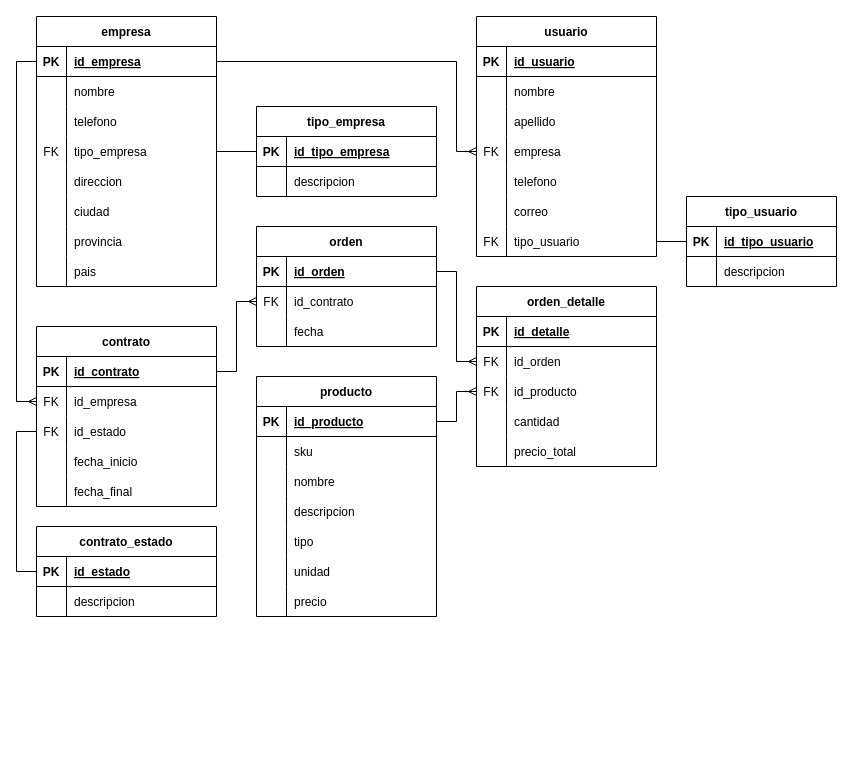
Earlier version of the draw.io diagram scg_main_db.drawio (ismgonza/scg). Source tidied: cells renumbered, new cells numbered last; positions are measured from the earlier drawing's top-left corner, leaving out a move shared by most shapes. Both pictures are drawn from the tidied source at 100%, with x=0, y=0 at pixel (36, 16).
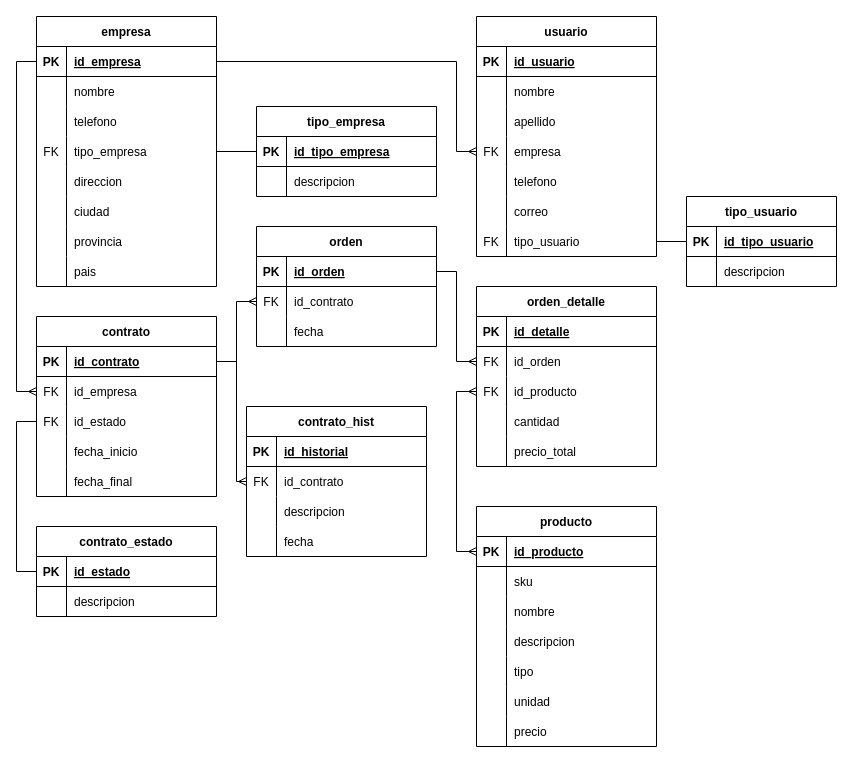
Above is the later version.

Commit message:
added historial_contrato

Unchanged cells that the change refers to:
```xml
<mxCell id="66" style="shape=tableRow;horizontal=0;startSize=0;swimlaneHead=0;swimlaneBody=0;fillColor=none;points=[[0,0.5],[1,0.5]];portConstraint=eastwest;top=0;left=0;right=0;bottom=1;" parent="65" vertex="1">
  <mxGeometry y="30" width="180" height="30" as="geometry" />
</mxCell>
<mxCell id="88" style="shape=tableRow;horizontal=0;startSize=0;swimlaneHead=0;swimlaneBody=0;fillColor=none;points=[[0,0.5],[1,0.5]];portConstraint=eastwest;top=0;left=0;right=0;bottom=1;" parent="87" vertex="1">
  <mxGeometry y="30" width="180" height="30" as="geometry" />
</mxCell>
<mxCell id="94" style="shape=tableRow;horizontal=0;startSize=0;swimlaneHead=0;swimlaneBody=0;fillColor=none;points=[[0,0.5],[1,0.5]];portConstraint=eastwest;top=0;left=0;right=0;bottom=0;" parent="87" vertex="1">
  <mxGeometry y="90" width="180" height="30" as="geometry" />
</mxCell>
<mxCell id="110" style="shape=tableRow;horizontal=0;startSize=0;swimlaneHead=0;swimlaneBody=0;fillColor=none;points=[[0,0.5],[1,0.5]];portConstraint=eastwest;top=0;left=0;right=0;bottom=0;" parent="103" vertex="1">
  <mxGeometry y="90" width="180" height="30" as="geometry" />
</mxCell>
<mxCell id="124" style="shape=tableRow;horizontal=0;startSize=0;swimlaneHead=0;swimlaneBody=0;fillColor=none;points=[[0,0.5],[1,0.5]];portConstraint=eastwest;top=0;left=0;right=0;bottom=0;" parent="120" vertex="1">
  <mxGeometry y="60" width="180" height="30" as="geometry" />
</mxCell>
<mxCell id="133" style="shape=tableRow;horizontal=0;startSize=0;swimlaneHead=0;swimlaneBody=0;fillColor=none;points=[[0,0.5],[1,0.5]];portConstraint=eastwest;top=0;left=0;right=0;bottom=1;" parent="132" vertex="1">
  <mxGeometry y="30" width="180" height="30" as="geometry" />
</mxCell>
```

Diff of the diagram source:
```diff
@@
     <mxCell id="65" value="producto" style="shape=table;startSize=30;childLayout=tableLayout;rowLines=0;fontStyle=1;align=center;" parent="1" vertex="1">
-      <mxGeometry x="220" y="360" width="180" height="240" as="geometry" />
+      <mxGeometry x="440" y="490" width="180" height="240" as="geometry" />
     </mxCell>
@@
     <mxCell id="87" value="contrato" style="shape=table;startSize=30;childLayout=tableLayout;rowLines=0;fontStyle=1;align=center;" parent="1" vertex="1">
-      <mxGeometry y="310" width="180" height="180" as="geometry" />
+      <mxGeometry y="300" width="180" height="180" as="geometry" />
     </mxCell>
@@
-    <mxCell id="130" style="edgeStyle=orthogonalEdgeStyle;rounded=0;jettySize=auto;html=1;exitX=1;exitY=0.5;exitDx=0;exitDy=0;endArrow=ERmany;endFill=0;" parent="1" edge="1" source="66" target="110">
-      <mxGeometry relative="1" as="geometry" />
-    </mxCell>
     <mxCell id="131" style="edgeStyle=orthogonalEdgeStyle;rounded=0;jettySize=auto;html=1;exitX=1;exitY=0.5;exitDx=0;exitDy=0;entryX=0;entryY=0.5;entryDx=0;entryDy=0;endArrow=ERmany;endFill=0;" parent="1" edge="1" source="88" target="124">
       <mxGeometry relative="1" as="geometry">
         <Array as="points">
-          <mxPoint x="200" y="355" />
+          <mxPoint x="200" y="345" />
           <mxPoint x="200" y="285" />
         </Array>
       </mxGeometry>
     </mxCell>
@@
-    <mxCell id="139" style="edgeStyle=orthogonalEdgeStyle;rounded=0;jettySize=auto;html=1;exitX=0;exitY=0.5;exitDx=0;exitDy=0;entryX=0;entryY=0.5;entryDx=0;entryDy=0;endArrow=none;endFill=0;" parent="1" edge="1" source="94" target="133">
-      <mxGeometry relative="1" as="geometry" />
-    </mxCell>
@@
+    <mxCell id="142" value="contrato_hist" style="shape=table;startSize=30;childLayout=tableLayout;rowLines=0;fontStyle=1;align=center;" parent="1" vertex="1">
+      <mxGeometry x="210" y="390" width="180" height="150" as="geometry" />
+    </mxCell>
+    <mxCell id="143" style="shape=tableRow;horizontal=0;startSize=0;swimlaneHead=0;swimlaneBody=0;fillColor=none;top=0;left=0;right=0;bottom=1;" parent="142" vertex="1">
+      <mxGeometry y="30" width="180" height="30" as="geometry" />
+    </mxCell>
+    <mxCell id="144" value="PK" style="shape=partialRectangle;fillColor=none;top=0;left=0;bottom=0;right=0;fontStyle=1;overflow=hidden;" parent="143" vertex="1">
+      <mxGeometry width="30" height="30" as="geometry" />
+    </mxCell>
+    <mxCell id="145" value="id_historial" style="shape=partialRectangle;fillColor=none;top=0;left=0;bottom=0;right=0;align=left;spacingLeft=6;fontStyle=5;overflow=hidden;" parent="143" vertex="1">
+      <mxGeometry x="30" width="150" height="30" as="geometry" />
+    </mxCell>
+    <mxCell id="146" style="shape=tableRow;horizontal=0;startSize=0;swimlaneHead=0;swimlaneBody=0;fillColor=none;points=[[0,0.5],[1,0.5]];portConstraint=eastwest;top=0;left=0;right=0;bottom=0;" parent="142" vertex="1">
+      <mxGeometry y="60" width="180" height="30" as="geometry" />
+    </mxCell>
+    <mxCell id="147" value="FK" style="shape=partialRectangle;fillColor=none;top=0;left=0;bottom=0;right=0;overflow=hidden;" parent="146" vertex="1">
+      <mxGeometry width="30" height="30" as="geometry" />
+    </mxCell>
+    <mxCell id="148" value="id_contrato" style="shape=partialRectangle;fillColor=none;top=0;left=0;bottom=0;right=0;align=left;spacingLeft=6;overflow=hidden;" parent="146" vertex="1">
+      <mxGeometry x="30" width="150" height="30" as="geometry" />
+    </mxCell>
+    <mxCell id="149" style="shape=tableRow;horizontal=0;startSize=0;swimlaneHead=0;swimlaneBody=0;fillColor=none;top=0;left=0;right=0;bottom=0;" parent="142" vertex="1">
+      <mxGeometry y="90" width="180" height="30" as="geometry" />
+    </mxCell>
+    <mxCell id="150" style="shape=partialRectangle;fillColor=none;top=0;left=0;bottom=0;right=0;overflow=hidden;" parent="149" vertex="1">
+      <mxGeometry width="30" height="30" as="geometry" />
+    </mxCell>
+    <mxCell id="151" value="descripcion" style="shape=partialRectangle;fillColor=none;top=0;left=0;bottom=0;right=0;align=left;spacingLeft=6;overflow=hidden;" parent="149" vertex="1">
+      <mxGeometry x="30" width="150" height="30" as="geometry" />
+    </mxCell>
+    <mxCell id="152" style="shape=tableRow;horizontal=0;startSize=0;swimlaneHead=0;swimlaneBody=0;fillColor=none;top=0;left=0;right=0;bottom=0;" parent="142" vertex="1">
+      <mxGeometry y="120" width="180" height="30" as="geometry" />
+    </mxCell>
+    <mxCell id="153" style="shape=partialRectangle;fillColor=none;top=0;left=0;bottom=0;right=0;overflow=hidden;" parent="152" vertex="1">
+      <mxGeometry width="30" height="30" as="geometry" />
+    </mxCell>
+    <mxCell id="154" value="fecha" style="shape=partialRectangle;fillColor=none;top=0;left=0;bottom=0;right=0;align=left;spacingLeft=6;overflow=hidden;" parent="152" vertex="1">
+      <mxGeometry x="30" width="150" height="30" as="geometry" />
+    </mxCell>
+    <mxCell id="139" style="edgeStyle=orthogonalEdgeStyle;rounded=0;jettySize=auto;html=1;exitX=0;exitY=0.5;exitDx=0;exitDy=0;entryX=0;entryY=0.5;entryDx=0;entryDy=0;endArrow=none;endFill=0;" parent="1" edge="1" source="94" target="133">
+      <mxGeometry relative="1" as="geometry" />
+    </mxCell>
+    <mxCell id="130" style="edgeStyle=orthogonalEdgeStyle;rounded=0;jettySize=auto;html=1;exitX=0;exitY=0.5;exitDx=0;exitDy=0;entryX=0;entryY=0.5;entryDx=0;entryDy=0;endArrow=ERmany;endFill=0;startArrow=ERmany;startFill=0;" parent="1" edge="1" source="66" target="110">
+      <mxGeometry relative="1" as="geometry" />
+    </mxCell>
+    <mxCell id="155" style="edgeStyle=orthogonalEdgeStyle;rounded=0;jettySize=auto;html=1;exitX=1;exitY=0.5;exitDx=0;exitDy=0;startArrow=none;startFill=0;endArrow=ERmany;endFill=0;" parent="1" edge="1" source="88" target="146">
+      <mxGeometry relative="1" as="geometry">
+        <Array as="points">
+          <mxPoint x="200" y="345" />
+          <mxPoint x="200" y="465" />
+        </Array>
+      </mxGeometry>
+    </mxCell>
```
